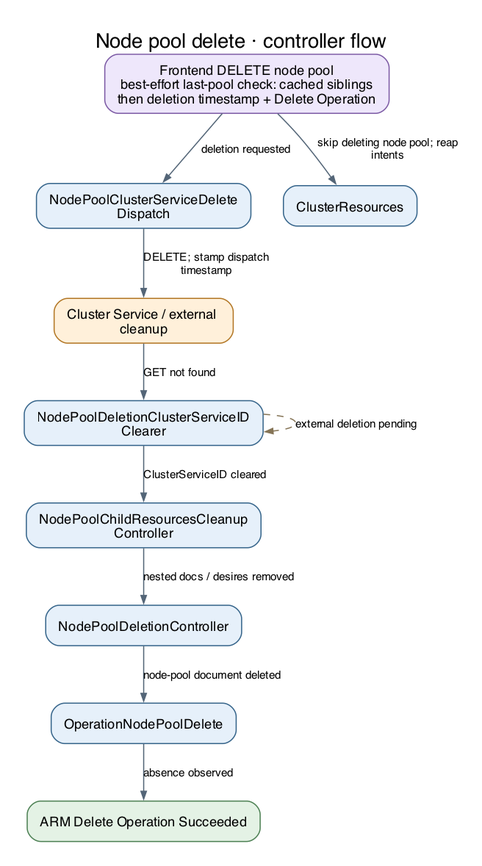
Before: docs/generated/diagrams/controller-flows/nodepool-delete.png, a diagram exported from Graphviz (Azure/ARO-HCP). Its source is kept beside it as docs/generated/diagrams/controller-flows/nodepool-delete.dot.
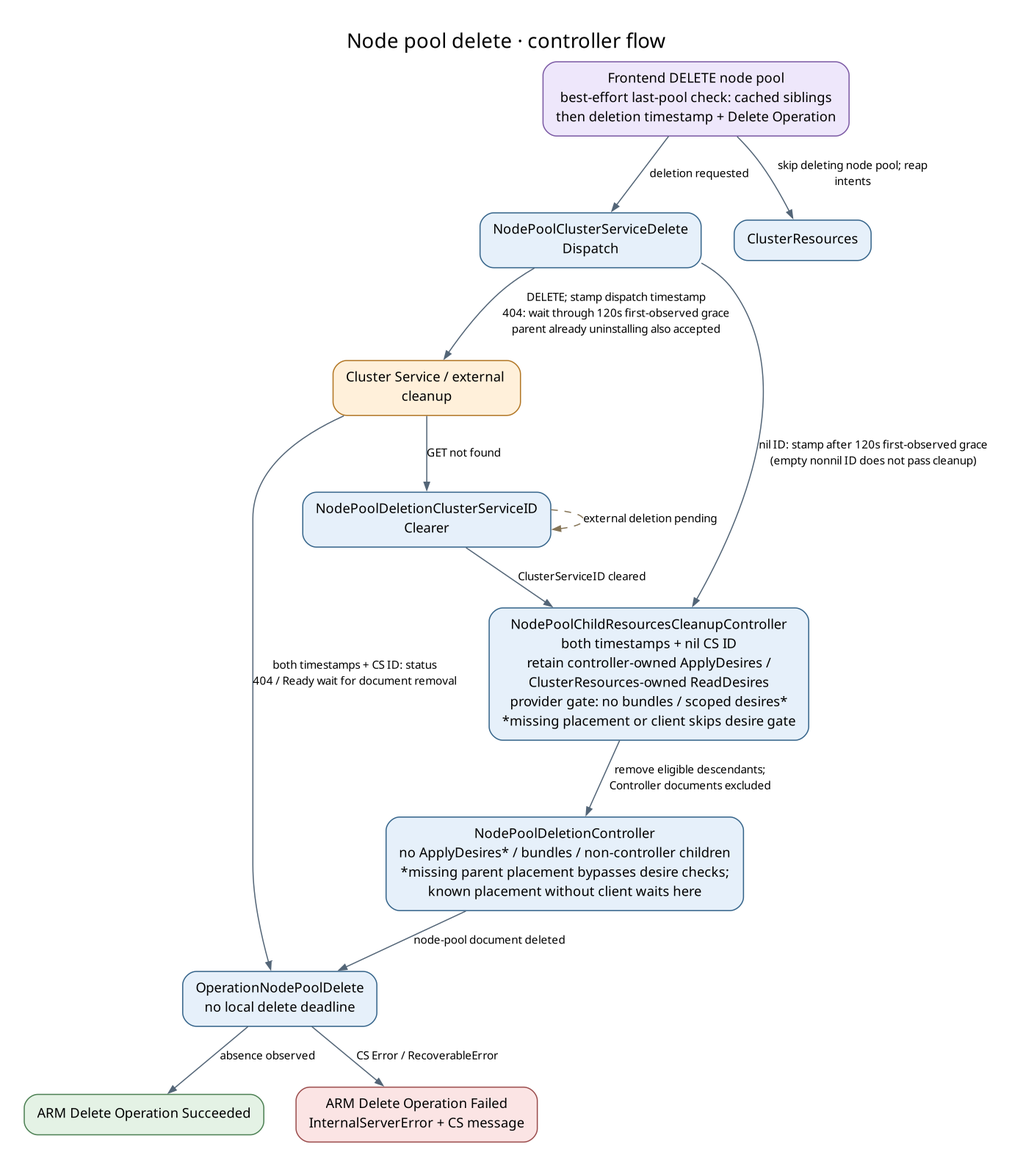
The same diagram one commit later.

Change to the diagram source:
```diff
@@ -7,16 +7,20 @@
   cs [label="Cluster Service / external \ncleanup", fillcolor="#fff0da", color="#b27624"];
   clear [label="NodePoolDeletionClusterServiceID\nClearer", fillcolor="#e6f0fa", color="#35648a"];
   resources [label="ClusterResources", fillcolor="#e6f0fa", color="#35648a"];
-  cleanup [label="NodePoolChildResourcesCleanup\nController", fillcolor="#e6f0fa", color="#35648a"];
-  final [label="NodePoolDeletionController", fillcolor="#e6f0fa", color="#35648a"];
-  op [label="OperationNodePoolDelete", fillcolor="#e6f0fa", color="#35648a"];
+  cleanup [label="NodePoolChildResourcesCleanupController\nboth timestamps + nil CS ID\nretain controller-owned ApplyDesires /\nClusterResources-owned ReadDesires\nprovider gate: no bundles / scoped desires*\n*missing placement or client skips desire gate", fillcolor="#e6f0fa", color="#35648a"];
+  final [label="NodePoolDeletionController\nno ApplyDesires* / bundles / non-controller children\n*missing parent placement bypasses desire checks;\nknown placement without client waits here", fillcolor="#e6f0fa", color="#35648a"];
+  op [label="OperationNodePoolDelete\nno local delete deadline", fillcolor="#e6f0fa", color="#35648a"];
   done [label="ARM Delete Operation Succeeded", fillcolor="#e4f2e5", color="#4c8053"];
+  failed [label="ARM Delete Operation Failed\nInternalServerError + CS message", fillcolor="#fbe4e4", color="#9b4d4d"];
   api -> dispatch [label="deletion requested"];
   api -> resources [label="skip deleting node pool; reap\nintents"];
-  dispatch -> cs [label="DELETE; stamp dispatch\ntimestamp"];
+  dispatch -> cs [label="DELETE; stamp dispatch timestamp\n404: wait through 120s first-observed grace\nparent already uninstalling also accepted"];
+  dispatch -> cleanup [label="nil ID: stamp after 120s first-observed grace\n(empty nonnil ID does not pass cleanup)"];
   cs -> clear [label="GET not found"];
   clear -> cleanup [label="ClusterServiceID cleared"];
-  cleanup -> final [label="nested docs / desires removed"];
+  cleanup -> final [label="remove eligible descendants;\nController documents excluded"];
+  cs -> op [label="both timestamps + CS ID: status\n404 / Ready wait for document removal"];
+  op -> failed [label="CS Error / RecoverableError"];
   final -> op [label="node-pool document deleted"];
   op -> done [label="absence observed"];
   clear -> clear [label="external deletion pending", style=dashed, color="#857456", constraint=false];
```
